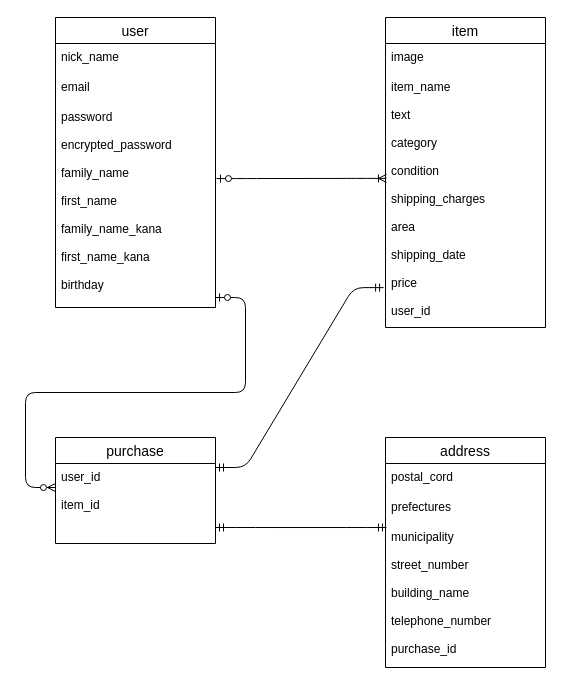
Before: furima.dio in bisco08/furima-36583, a draw.io diagram. Source tidied: cells renumbered, new cells numbered last; positions are measured from the earlier drawing's top-left corner, leaving out a move shared by most shapes. Both pictures are drawn from the tidied source at 100%, with x=0, y=0 at pixel (55, 17).
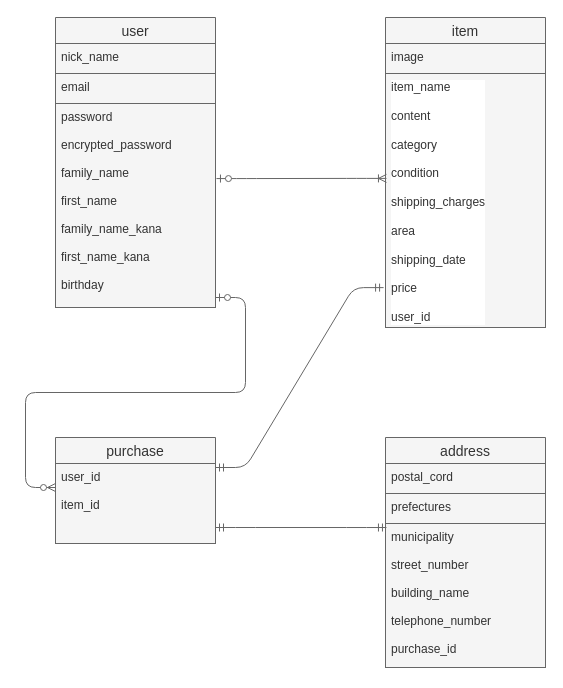
After the change.

Diff of the diagram source:
```diff
@@
-    <mxCell id="2" value="user" style="swimlane;fontStyle=0;horizontal=1;startSize=26;align=center;fontSize=14;" parent="1" vertex="1">
+    <mxCell id="2" value="user" style="swimlane;fontStyle=0;horizontal=1;startSize=26;align=center;fontSize=14;fillColor=#f5f5f5;strokeColor=#666666;fontColor=#333333;" parent="1" vertex="1">
       <mxGeometry width="160" height="290" as="geometry" />
     </mxCell>
-    <mxCell id="3" value="nick_name" style="text;strokeColor=none;fillColor=none;spacingLeft=4;spacingRight=4;overflow=hidden;fontSize=12;" parent="2" vertex="1">
+    <mxCell id="3" value="nick_name" style="text;strokeColor=#666666;fillColor=#f5f5f5;spacingLeft=4;spacingRight=4;overflow=hidden;fontSize=12;fontColor=#333333;" parent="2" vertex="1">
       <mxGeometry y="26" width="160" height="30" as="geometry" />
     </mxCell>
-    <mxCell id="4" value="email" style="text;strokeColor=none;fillColor=none;spacingLeft=4;spacingRight=4;overflow=hidden;fontSize=12;" parent="2" vertex="1">
+    <mxCell id="4" value="email" style="text;strokeColor=#666666;fillColor=#f5f5f5;spacingLeft=4;spacingRight=4;overflow=hidden;fontSize=12;fontColor=#333333;" parent="2" vertex="1">
       <mxGeometry y="56" width="160" height="30" as="geometry" />
     </mxCell>
-    <mxCell id="5" value="password&#10;&#10;encrypted_password&#10;&#10;family_name&#10;&#10;first_name&#10;&#10;family_name_kana&#10;&#10;first_name_kana&#10;&#10;birthday&#10;&#10;" style="text;strokeColor=none;fillColor=none;spacingLeft=4;spacingRight=4;overflow=hidden;points=[[0,0.5],[1,0.5]];portConstraint=eastwest;fontSize=12;" parent="2" vertex="1">
+    <mxCell id="5" value="password&#10;&#10;encrypted_password&#10;&#10;family_name&#10;&#10;first_name&#10;&#10;family_name_kana&#10;&#10;first_name_kana&#10;&#10;birthday&#10;&#10;" style="text;strokeColor=#666666;fillColor=#f5f5f5;spacingLeft=4;spacingRight=4;overflow=hidden;points=[[0,0.5],[1,0.5]];portConstraint=eastwest;fontSize=12;fontColor=#333333;" parent="2" vertex="1">
       <mxGeometry y="86" width="160" height="204" as="geometry" />
     </mxCell>
-    <mxCell id="6" value="item" style="swimlane;fontStyle=0;horizontal=1;startSize=26;align=center;fontSize=14;" parent="1" vertex="1">
+    <mxCell id="6" value="item" style="swimlane;fontStyle=0;horizontal=1;startSize=26;align=center;fontSize=14;fillColor=#f5f5f5;strokeColor=#666666;fontColor=#333333;" parent="1" vertex="1">
       <mxGeometry x="330" width="160" height="310" as="geometry" />
     </mxCell>
-    <mxCell id="7" value="image" style="text;strokeColor=none;fillColor=none;spacingLeft=4;spacingRight=4;overflow=hidden;fontSize=12;" parent="6" vertex="1">
+    <mxCell id="7" value="image" style="text;strokeColor=#666666;fillColor=#f5f5f5;spacingLeft=4;spacingRight=4;overflow=hidden;fontSize=12;fontColor=#333333;html=1;" parent="6" vertex="1">
       <mxGeometry y="26" width="160" height="30" as="geometry" />
     </mxCell>
-    <mxCell id="8" value="item_name&#10;&#10;text&#10;&#10;category&#10;&#10;condition&#10;&#10;shipping_charges&#10;&#10;area&#10;&#10;shipping_date&#10;&#10;price&#10;&#10;user_id&#10;" style="text;strokeColor=none;fillColor=none;spacingLeft=4;spacingRight=4;overflow=hidden;points=[[0,0.5],[1,0.5]];portConstraint=eastwest;fontSize=12;" parent="6" vertex="1">
+    <mxCell id="8" value="item_name&lt;br&gt;&lt;br&gt;content&lt;br&gt;&lt;br&gt;category&lt;br&gt;&lt;br&gt;condition&lt;br&gt;&lt;br&gt;shipping_charges&lt;br&gt;&lt;br&gt;area&lt;br&gt;&lt;br&gt;shipping_date&lt;br&gt;&lt;br&gt;price&lt;br&gt;&lt;br&gt;user_id&lt;br&gt;" style="text;strokeColor=#666666;fillColor=#f5f5f5;spacingLeft=4;spacingRight=4;overflow=hidden;points=[[0,0.5],[1,0.5]];portConstraint=eastwest;fontSize=12;labelBackgroundColor=#FFFFFF;html=1;fontColor=#333333;" parent="6" vertex="1">
       <mxGeometry y="56" width="160" height="254" as="geometry" />
     </mxCell>
-    <mxCell id="9" value="purchase" style="swimlane;fontStyle=0;horizontal=1;startSize=26;align=center;fontSize=14;" parent="1" vertex="1">
+    <mxCell id="9" value="purchase" style="swimlane;fontStyle=0;horizontal=1;startSize=26;align=center;fontSize=14;fillColor=#f5f5f5;strokeColor=#666666;fontColor=#333333;" parent="1" vertex="1">
       <mxGeometry y="420" width="160" height="106" as="geometry" />
     </mxCell>
-    <mxCell id="10" value="user_id&#10;&#10;item_id" style="text;strokeColor=none;fillColor=none;spacingLeft=4;spacingRight=4;overflow=hidden;fontSize=12;" parent="9" vertex="1">
+    <mxCell id="10" value="user_id&#10;&#10;item_id" style="text;strokeColor=#666666;fillColor=#f5f5f5;spacingLeft=4;spacingRight=4;overflow=hidden;fontSize=12;fontColor=#333333;" parent="9" vertex="1">
       <mxGeometry y="26" width="160" height="80" as="geometry" />
     </mxCell>
-    <mxCell id="11" value="address" style="swimlane;fontStyle=0;horizontal=1;startSize=26;align=center;fontSize=14;" parent="1" vertex="1">
+    <mxCell id="11" value="address" style="swimlane;fontStyle=0;horizontal=1;startSize=26;align=center;fontSize=14;fillColor=#f5f5f5;strokeColor=#666666;fontColor=#333333;" parent="1" vertex="1">
       <mxGeometry x="330" y="420" width="160" height="230" as="geometry" />
     </mxCell>
-    <mxCell id="12" value="postal_cord" style="text;strokeColor=none;fillColor=none;spacingLeft=4;spacingRight=4;overflow=hidden;fontSize=12;" parent="11" vertex="1">
+    <mxCell id="12" value="postal_cord" style="text;strokeColor=#666666;fillColor=#f5f5f5;spacingLeft=4;spacingRight=4;overflow=hidden;fontSize=12;fontColor=#333333;" parent="11" vertex="1">
       <mxGeometry y="26" width="160" height="30" as="geometry" />
     </mxCell>
-    <mxCell id="13" value="prefectures" style="text;strokeColor=none;fillColor=none;spacingLeft=4;spacingRight=4;overflow=hidden;fontSize=12;" parent="11" vertex="1">
+    <mxCell id="13" value="prefectures" style="text;strokeColor=#666666;fillColor=#f5f5f5;spacingLeft=4;spacingRight=4;overflow=hidden;fontSize=12;fontColor=#333333;" parent="11" vertex="1">
       <mxGeometry y="56" width="160" height="30" as="geometry" />
     </mxCell>
-    <mxCell id="14" value="municipality&#10;&#10;street_number&#10;&#10;building_name&#10;&#10;telephone_number&#10;&#10;purchase_id" style="text;strokeColor=none;fillColor=none;spacingLeft=4;spacingRight=4;overflow=hidden;points=[[0,0.5],[1,0.5]];portConstraint=eastwest;fontSize=12;" parent="11" vertex="1">
+    <mxCell id="14" value="municipality&#10;&#10;street_number&#10;&#10;building_name&#10;&#10;telephone_number&#10;&#10;purchase_id" style="text;strokeColor=#666666;fillColor=#f5f5f5;spacingLeft=4;spacingRight=4;overflow=hidden;points=[[0,0.5],[1,0.5]];portConstraint=eastwest;fontSize=12;fontColor=#333333;" parent="11" vertex="1">
       <mxGeometry y="86" width="160" height="144" as="geometry" />
     </mxCell>
-    <mxCell id="15" style="edgeStyle=entityRelationEdgeStyle;fontSize=12;html=1;endArrow=ERoneToMany;startArrow=ERzeroToOne;entryX=0.006;entryY=0.413;entryDx=0;entryDy=0;entryPerimeter=0;exitX=1.006;exitY=0.368;exitDx=0;exitDy=0;exitPerimeter=0;" parent="1" edge="1" source="5" target="8">
+    <mxCell id="15" style="edgeStyle=entityRelationEdgeStyle;fontSize=12;html=1;endArrow=ERoneToMany;startArrow=ERzeroToOne;entryX=0.006;entryY=0.413;entryDx=0;entryDy=0;entryPerimeter=0;exitX=1.006;exitY=0.368;exitDx=0;exitDy=0;exitPerimeter=0;fillColor=#f5f5f5;strokeColor=#666666;" parent="1" edge="1" source="5" target="8">
       <mxGeometry relative="1" as="geometry" />
     </mxCell>
-    <mxCell id="16" style="edgeStyle=entityRelationEdgeStyle;fontSize=12;html=1;endArrow=ERzeroToMany;startArrow=ERzeroToOne;" parent="1" edge="1">
+    <mxCell id="16" style="edgeStyle=entityRelationEdgeStyle;fontSize=12;html=1;endArrow=ERzeroToMany;startArrow=ERzeroToOne;fillColor=#f5f5f5;strokeColor=#666666;" parent="1" edge="1">
       <mxGeometry relative="1" as="geometry">
         <mxPoint x="160" y="280" as="sourcePoint" />
         <mxPoint y="470" as="targetPoint" />
       </mxGeometry>
     </mxCell>
-    <mxCell id="17" style="edgeStyle=entityRelationEdgeStyle;fontSize=12;html=1;endArrow=ERmandOne;startArrow=ERmandOne;entryX=-0.012;entryY=0.843;entryDx=0;entryDy=0;entryPerimeter=0;" parent="1" edge="1" target="8">
+    <mxCell id="17" style="edgeStyle=entityRelationEdgeStyle;fontSize=12;html=1;endArrow=ERmandOne;startArrow=ERmandOne;entryX=-0.012;entryY=0.843;entryDx=0;entryDy=0;entryPerimeter=0;fillColor=#f5f5f5;strokeColor=#666666;" parent="1" edge="1" target="8">
       <mxGeometry relative="1" as="geometry">
         <mxPoint x="160" y="450" as="sourcePoint" />
       </mxGeometry>
     </mxCell>
-    <mxCell id="18" style="edgeStyle=entityRelationEdgeStyle;fontSize=12;html=1;endArrow=ERmandOne;startArrow=ERmandOne;entryX=0.006;entryY=0.028;entryDx=0;entryDy=0;entryPerimeter=0;" parent="1" edge="1" target="14">
+    <mxCell id="18" style="edgeStyle=entityRelationEdgeStyle;fontSize=12;html=1;endArrow=ERmandOne;startArrow=ERmandOne;entryX=0.006;entryY=0.028;entryDx=0;entryDy=0;entryPerimeter=0;fillColor=#f5f5f5;strokeColor=#666666;" parent="1" edge="1" target="14">
       <mxGeometry relative="1" as="geometry">
         <mxPoint x="160" y="510" as="sourcePoint" />
       </mxGeometry>
     </mxCell>
```
